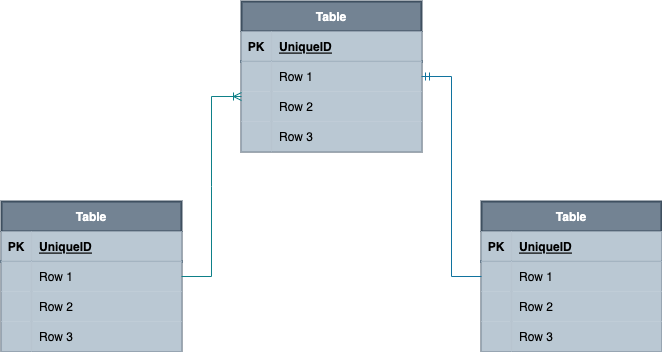
Earlier version of the draw.io export ROTCIN.drawio.png (joyoonsik/ROTCIN_ERD). Source tidied: cells renumbered, new cells last; positions are measured from the earlier drawing's top-left corner, leaving out a move shared by most shapes.
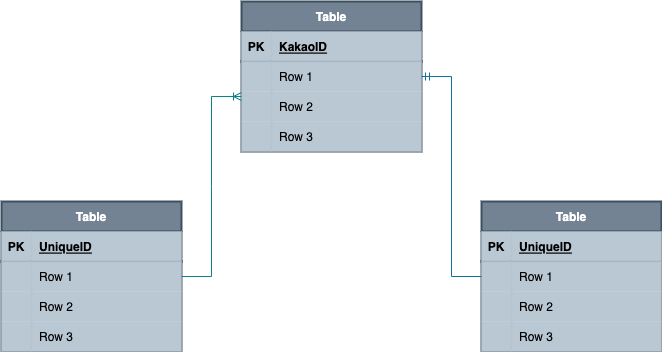
After the change.

Change to the diagram source:
```diff
@@ -11,7 +11,7 @@
     <mxCell id="4" value="PK" style="shape=partialRectangle;fillColor=#bac8d3;top=0;left=0;bottom=0;right=0;fontStyle=1;overflow=hidden;strokeColor=#23445d;strokeWidth=2;opacity=90;" parent="3" vertex="1">
       <mxGeometry width="30" height="30" as="geometry" />
     </mxCell>
-    <mxCell id="5" value="UniqueID" style="shape=partialRectangle;fillColor=#bac8d3;top=0;left=0;bottom=0;right=0;align=left;spacingLeft=6;fontStyle=5;overflow=hidden;strokeColor=#23445d;strokeWidth=2;opacity=90;" parent="3" vertex="1">
+    <mxCell id="5" value="KakaoID" style="shape=partialRectangle;fillColor=#bac8d3;top=0;left=0;bottom=0;right=0;align=left;spacingLeft=6;fontStyle=5;overflow=hidden;strokeColor=#23445d;strokeWidth=2;opacity=90;" parent="3" vertex="1">
       <mxGeometry x="30" width="150" height="30" as="geometry" />
     </mxCell>
     <mxCell id="6" style="shape=partialRectangle;fillColor=#bac8d3;top=0;left=0;bottom=0;right=0;points=[[0,0.5],[1,0.5]];portConstraint=eastwest;strokeColor=#23445d;strokeWidth=2;opacity=90;" parent="2" vertex="1">
```
